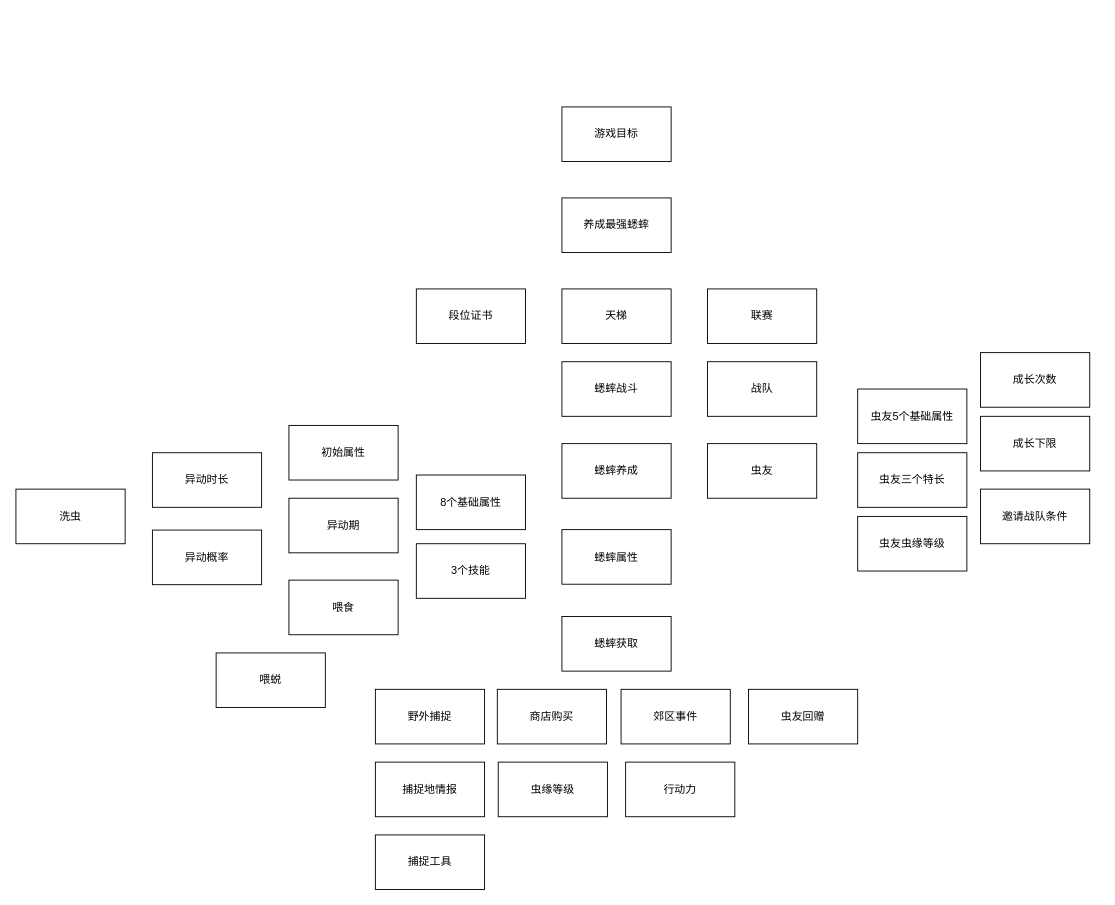
The draw.io diagram 流程图/修仙玩法分析.drawio in Karmel5950/NoteBook, before the edit. Source tidied: cells renumbered, new cells numbered last; positions are measured from the earlier drawing's top-left corner, leaving out a move shared by most shapes. Both pictures are drawn from the tidied source at 91%, with x=0, y=0 at pixel (15, 106).
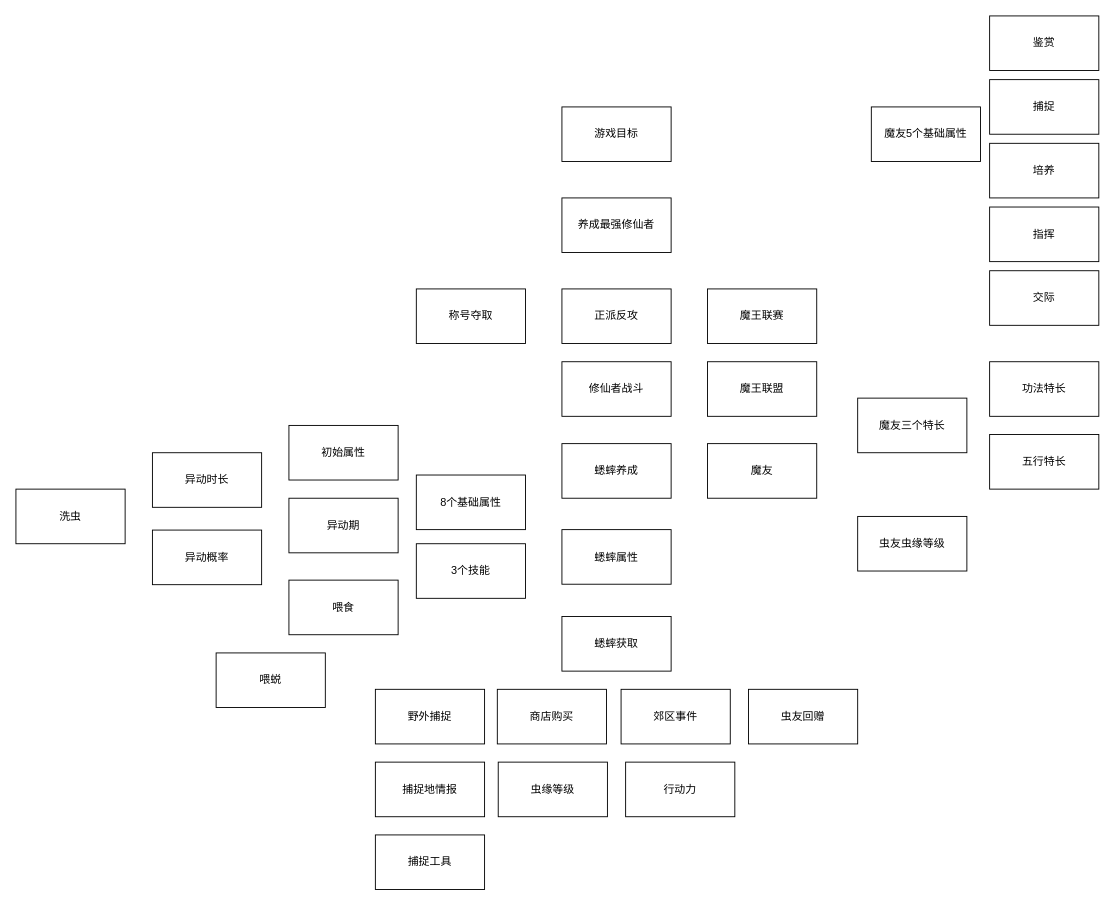
Above is the later version.

The edit, as a diff of the source:
```diff
@@
-    <mxCell id="3" value="养成最强蟋蟀" style="rounded=0;whiteSpace=wrap;html=1;" parent="1" vertex="1">
+    <mxCell id="3" value="养成最强修仙者" style="rounded=0;whiteSpace=wrap;html=1;" parent="1" vertex="1">
       <mxGeometry x="600" y="100" width="120" height="60" as="geometry" />
     </mxCell>
-    <mxCell id="4" value="天梯" style="rounded=0;whiteSpace=wrap;html=1;" parent="1" vertex="1">
+    <mxCell id="4" value="正派反攻" style="rounded=0;whiteSpace=wrap;html=1;" parent="1" vertex="1">
       <mxGeometry x="600" y="200" width="120" height="60" as="geometry" />
     </mxCell>
-    <mxCell id="5" value="联赛" style="rounded=0;whiteSpace=wrap;html=1;" parent="1" vertex="1">
+    <mxCell id="5" value="魔王联赛" style="rounded=0;whiteSpace=wrap;html=1;" parent="1" vertex="1">
       <mxGeometry x="760" y="200" width="120" height="60" as="geometry" />
     </mxCell>
-    <mxCell id="6" value="段位证书" style="rounded=0;whiteSpace=wrap;html=1;" parent="1" vertex="1">
+    <mxCell id="6" value="称号夺取" style="rounded=0;whiteSpace=wrap;html=1;" parent="1" vertex="1">
       <mxGeometry x="440" y="200" width="120" height="60" as="geometry" />
     </mxCell>
-    <mxCell id="7" value="虫友" style="rounded=0;whiteSpace=wrap;html=1;" parent="1" vertex="1">
+    <mxCell id="7" value="魔友" style="rounded=0;whiteSpace=wrap;html=1;" parent="1" vertex="1">
       <mxGeometry x="760" y="370" width="120" height="60" as="geometry" />
     </mxCell>
-    <mxCell id="8" value="战队" style="rounded=0;whiteSpace=wrap;html=1;" parent="1" vertex="1">
+    <mxCell id="8" value="魔王联盟" style="rounded=0;whiteSpace=wrap;html=1;" parent="1" vertex="1">
       <mxGeometry x="760" y="280" width="120" height="60" as="geometry" />
     </mxCell>
-    <mxCell id="9" value="蟋蟀战斗" style="rounded=0;whiteSpace=wrap;html=1;" parent="1" vertex="1">
+    <mxCell id="9" value="修仙者战斗" style="rounded=0;whiteSpace=wrap;html=1;" parent="1" vertex="1">
       <mxGeometry x="600" y="280" width="120" height="60" as="geometry" />
     </mxCell>
@@
-    <mxCell id="30" value="虫友5个基础属性" style="rounded=0;whiteSpace=wrap;html=1;" parent="1" vertex="1">
-      <mxGeometry x="925" y="310" width="120" height="60" as="geometry" />
+    <mxCell id="30" value="魔友5个基础属性" style="rounded=0;whiteSpace=wrap;html=1;" parent="1" vertex="1">
+      <mxGeometry x="940" width="120" height="60" as="geometry" />
     </mxCell>
-    <mxCell id="31" value="虫友三个特长" style="rounded=0;whiteSpace=wrap;html=1;" parent="1" vertex="1">
-      <mxGeometry x="925" y="380" width="120" height="60" as="geometry" />
+    <mxCell id="31" value="魔友三个特长" style="rounded=0;whiteSpace=wrap;html=1;" parent="1" vertex="1">
+      <mxGeometry x="925" y="320" width="120" height="60" as="geometry" />
     </mxCell>
@@
-    <mxCell id="33" value="成长次数" style="rounded=0;whiteSpace=wrap;html=1;" parent="1" vertex="1">
-      <mxGeometry x="1060" y="270" width="120" height="60" as="geometry" />
-    </mxCell>
-    <mxCell id="34" value="成长下限" style="rounded=0;whiteSpace=wrap;html=1;" parent="1" vertex="1">
-      <mxGeometry x="1060" y="340" width="120" height="60" as="geometry" />
-    </mxCell>
-    <mxCell id="35" value="邀请战队条件" style="rounded=0;whiteSpace=wrap;html=1;" parent="1" vertex="1">
-      <mxGeometry x="1060" y="420" width="120" height="60" as="geometry" />
-    </mxCell>
+    <mxCell id="36" value="鉴赏" style="rounded=0;whiteSpace=wrap;html=1;" parent="1" vertex="1">
+      <mxGeometry x="1070" y="-100" width="120" height="60" as="geometry" />
+    </mxCell>
+    <mxCell id="37" value="捕捉" style="rounded=0;whiteSpace=wrap;html=1;" parent="1" vertex="1">
+      <mxGeometry x="1070" y="-30" width="120" height="60" as="geometry" />
+    </mxCell>
+    <mxCell id="38" value="培养" style="rounded=0;whiteSpace=wrap;html=1;" parent="1" vertex="1">
+      <mxGeometry x="1070" y="40" width="120" height="60" as="geometry" />
+    </mxCell>
+    <mxCell id="39" value="指挥" style="rounded=0;whiteSpace=wrap;html=1;" parent="1" vertex="1">
+      <mxGeometry x="1070" y="110" width="120" height="60" as="geometry" />
+    </mxCell>
+    <mxCell id="40" value="交际" style="rounded=0;whiteSpace=wrap;html=1;" parent="1" vertex="1">
+      <mxGeometry x="1070" y="180" width="120" height="60" as="geometry" />
+    </mxCell>
+    <mxCell id="41" value="功法特长" style="rounded=0;whiteSpace=wrap;html=1;" parent="1" vertex="1">
+      <mxGeometry x="1070" y="280" width="120" height="60" as="geometry" />
+    </mxCell>
+    <mxCell id="42" value="五行特长" style="rounded=0;whiteSpace=wrap;html=1;" parent="1" vertex="1">
+      <mxGeometry x="1070" y="360" width="120" height="60" as="geometry" />
+    </mxCell>
```
